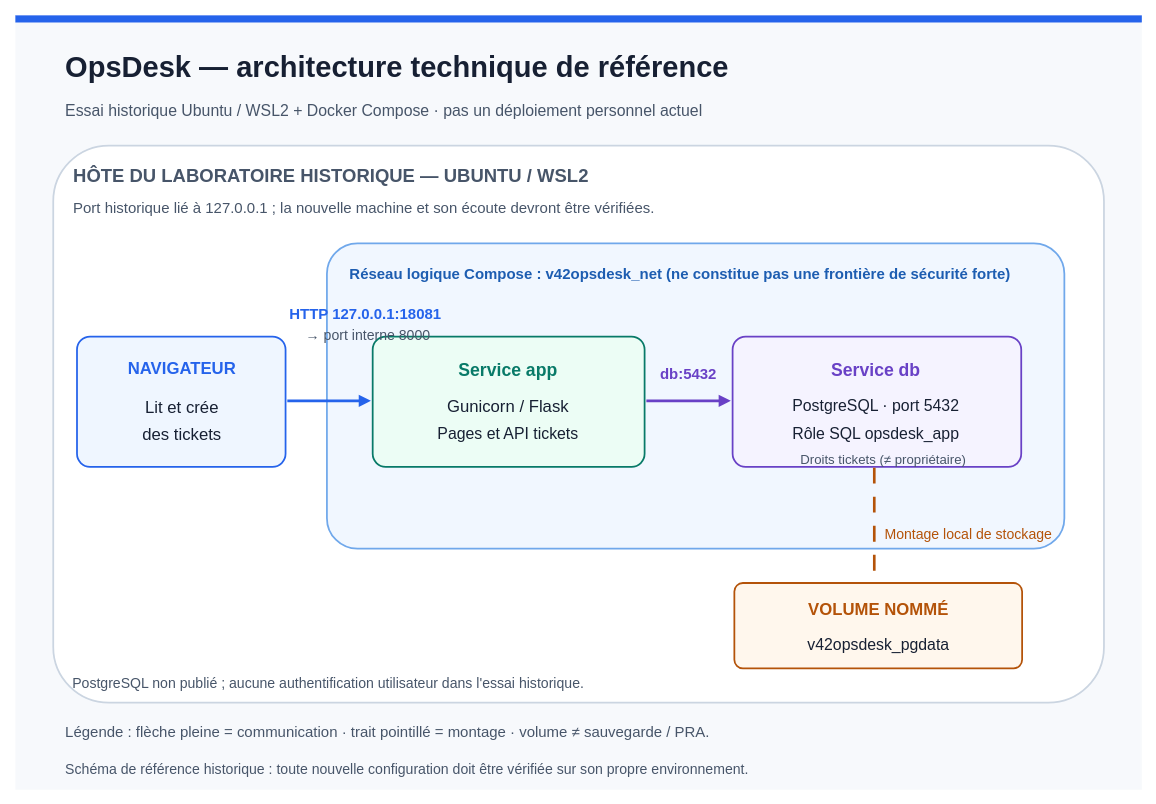
This is docs/diagrams/architecture-technique.drawio from mathiasseguincadiche/OpsDesk, a draw.io file, before an edit. Source tidied: cells renumbered, new cells numbered last; positions are measured from the earlier drawing's top-left corner, leaving out a move shared by most shapes. Both pictures are drawn from the tidied source at 88%, with x=0, y=0 at pixel (15, 15).
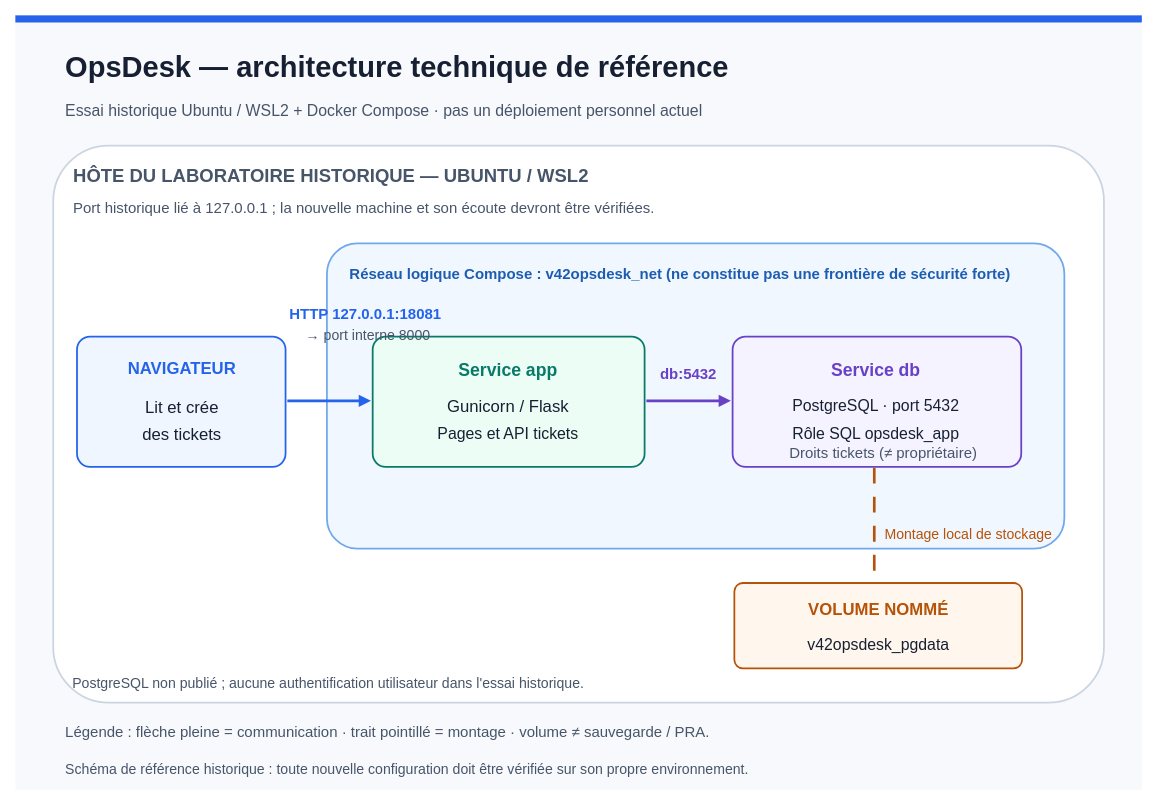
After the change.

Commit message:
docs(diagrams): renforcer lisibilité des permissions sans collision

The edit, as a diff of the source:
```diff
@@
-    <mxCell id="30" value="Droits tickets (≠ propriétaire)" style="text;html=0;whiteSpace=wrap;align=center;verticalAlign=middle;fillColor=none;strokeColor=none;fontFamily=Arial;fontSize=15;fontColor=#475569;fontStyle=0;spacing=0;" parent="1" vertex="1">
-      <mxGeometry x="829" y="490" width="315" height="27" as="geometry" />
+    <mxCell id="30" value="Droits tickets (≠ propriétaire)" style="text;html=0;whiteSpace=wrap;align=center;verticalAlign=middle;fillColor=none;strokeColor=none;fontFamily=Arial;fontSize=17;fontColor=#475569;fontStyle=0;spacing=0;" parent="1" vertex="1">
+      <mxGeometry x="829" y="484" width="315" height="29" as="geometry" />
     </mxCell>
```
